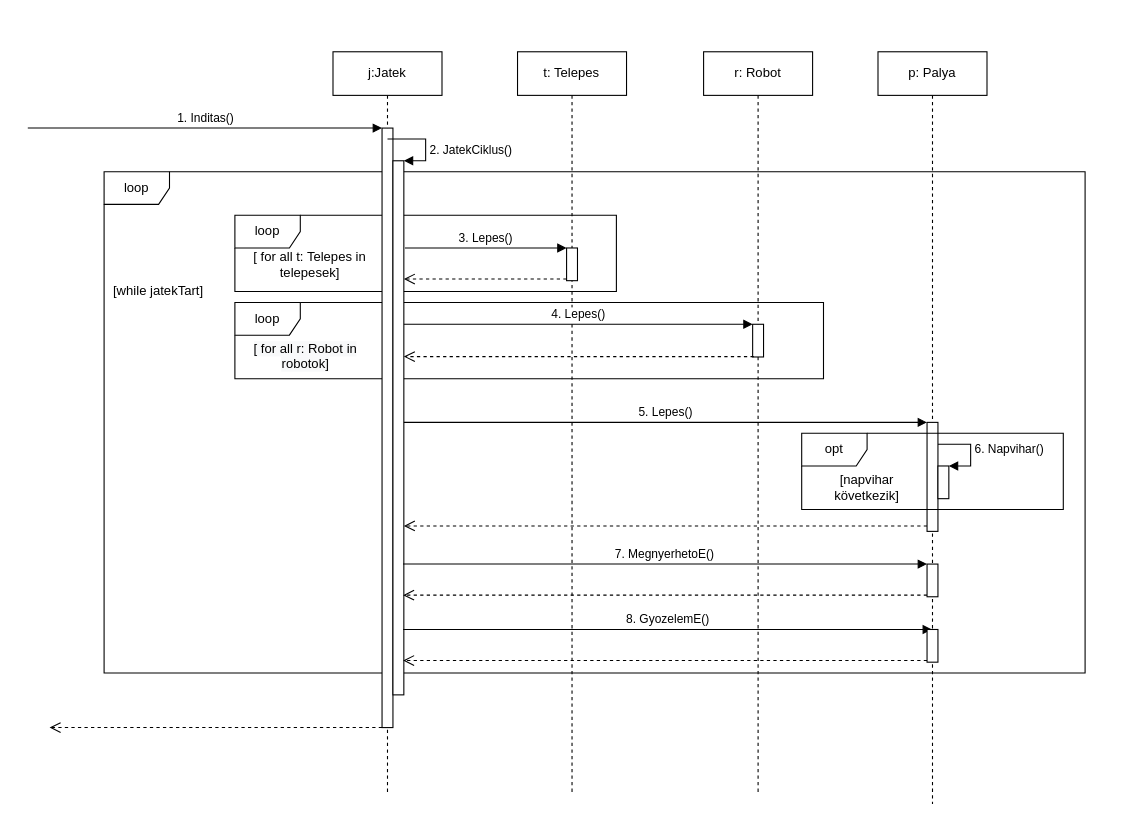
Before: page "Page-2" (3 of 3) of doc/uml/jatek_ciklus.drawio in torpeBoiGo/aszteroidabanyaszat, a draw.io diagram. Source tidied: cells renumbered, new cells numbered last; positions are measured from the earlier drawing's top-left corner, leaving out a move shared by most shapes. Both pictures are drawn from the tidied source at 109%, with x=0, y=0 at pixel (27, 51).
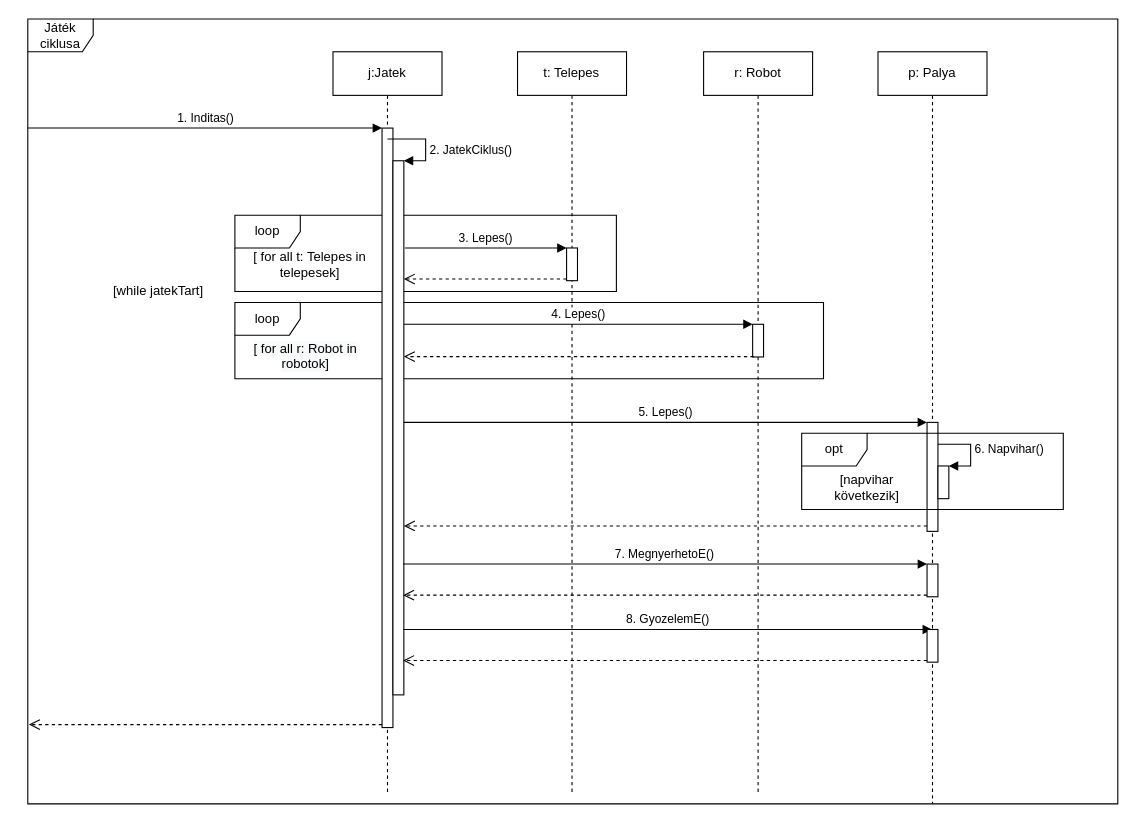
The same diagram, later.

Unchanged cells that the change refers to:
```xml
<mxCell id="10" value="j:Jatek" style="shape=umlLifeline;perimeter=lifelinePerimeter;whiteSpace=wrap;html=1;" parent="1" vertex="1">
  <mxGeometry x="280" width="100" height="680" as="geometry" />
</mxCell>
<mxCell id="11" style="html=1;points=[];perimeter=orthogonalPerimeter;" parent="10" vertex="1">
  <mxGeometry x="45" y="70" width="10" height="550" as="geometry" />
</mxCell>
```

What changed in the source:
```diff
@@
-    <mxCell id="2" value="loop" style="shape=umlFrame;whiteSpace=wrap;html=1;" parent="1" vertex="1">
-      <mxGeometry x="70" y="110" width="900" height="460" as="geometry" />
-    </mxCell>
+    <mxCell id="36" value="Játék ciklusa" style="shape=umlFrame;whiteSpace=wrap;html=1;" parent="1" vertex="1">
+      <mxGeometry y="-30" width="1000" height="720" as="geometry" />
+    </mxCell>
@@
-    <mxCell id="13" style="html=1;verticalAlign=bottom;endArrow=open;dashed=1;endSize=8;" parent="10" edge="1" source="11">
-      <mxGeometry x="1" y="-120" relative="1" as="geometry">
-        <mxPoint x="-260" y="620" as="targetPoint" />
-        <mxPoint x="-10" as="offset" />
-      </mxGeometry>
-    </mxCell>
@@
+    <mxCell id="13" style="html=1;verticalAlign=bottom;endArrow=open;dashed=1;endSize=8;entryX=0.001;entryY=0.899;entryDx=0;entryDy=0;entryPerimeter=0;" parent="1" edge="1" source="11" target="36">
+      <mxGeometry x="1" y="-120" relative="1" as="geometry">
+        <mxPoint x="-10" as="offset" />
+      </mxGeometry>
+    </mxCell>
```
